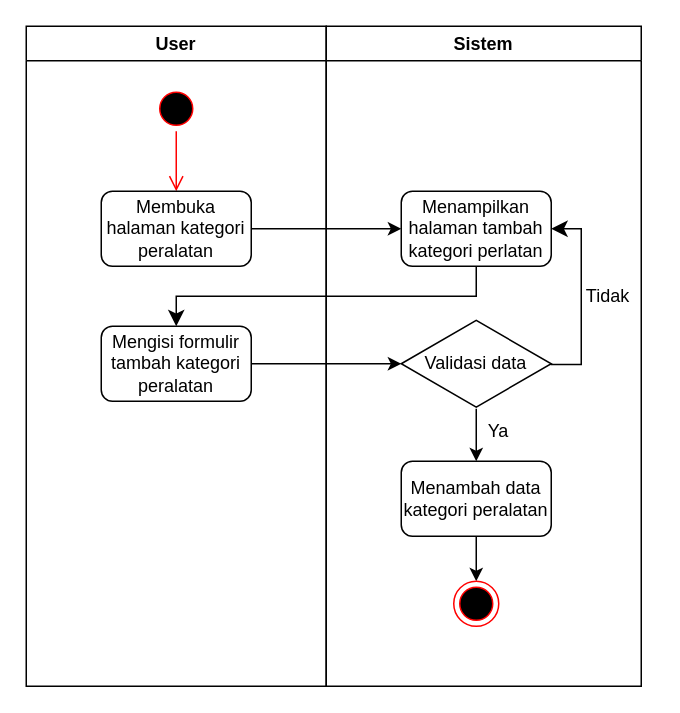
Above: DOKUMENTASI IDMS/kategori peralatan/tambahkategori.drawio in rismanrhz/idms (draw.io), before the change. Source tidied: cells renumbered, new cells numbered last; positions are measured from the earlier drawing's top-left corner, leaving out a move shared by most shapes. Both pictures are drawn from the tidied source at 150%, with x=0, y=0 at pixel (26, 26).
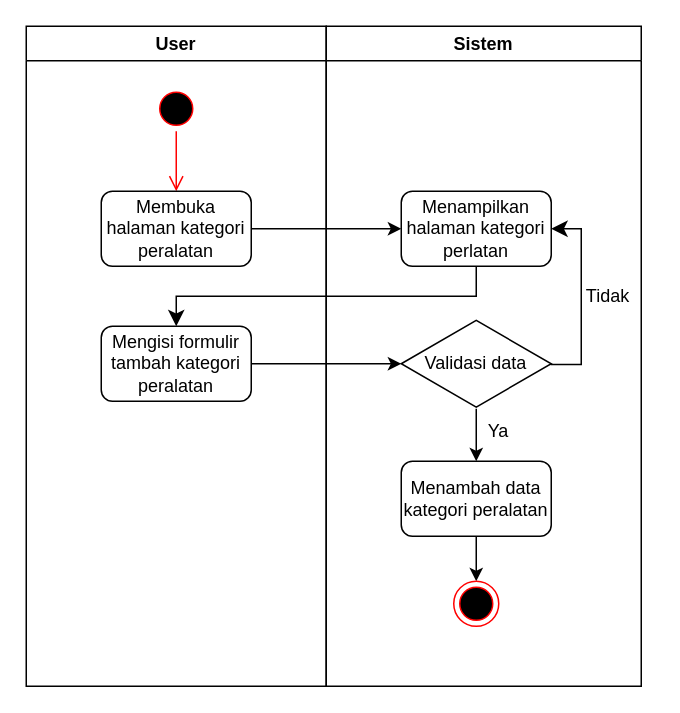
After the change.

Unchanged cells that the change refers to:
```xml
<mxCell id="7" value="Sistem" style="swimlane;whiteSpace=wrap;html=1;" parent="1" vertex="1">
  <mxGeometry x="200" width="210" height="440" as="geometry" />
</mxCell>
```

Diff of the diagram source:
```diff
@@
-    <mxCell id="8" value="Menampilkan halaman tambah kategori perlatan" style="rounded=1;whiteSpace=wrap;html=1;" parent="7" vertex="1">
+    <mxCell id="8" value="Menampilkan halaman kategori perlatan" style="rounded=1;whiteSpace=wrap;html=1;" parent="7" vertex="1">
       <mxGeometry x="50" y="110" width="100" height="50" as="geometry" />
     </mxCell>
```
